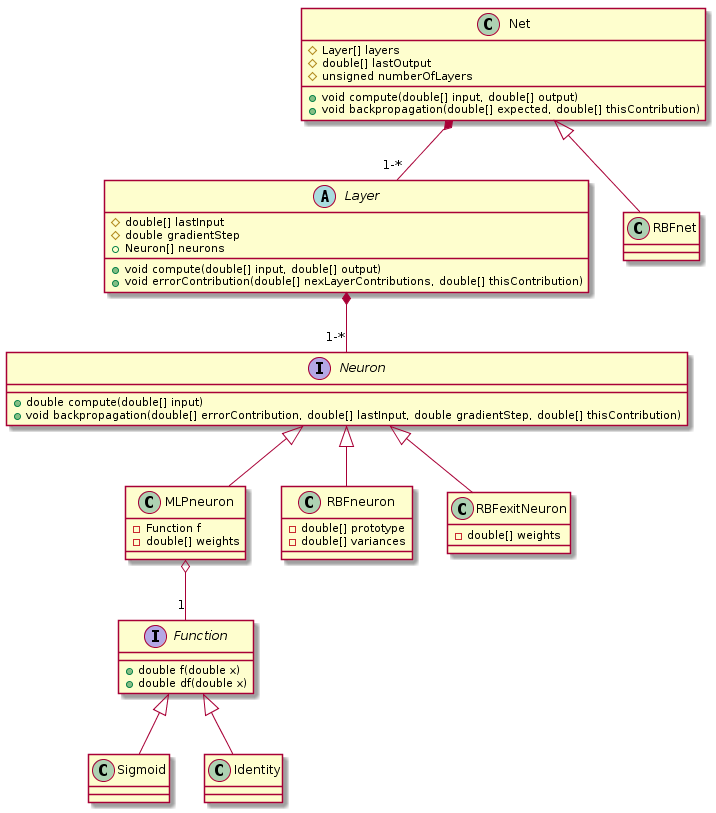
Before: uml/neurondiag.png, a diagram exported from PlantUML (cyberjasse/spheroneuralnet).
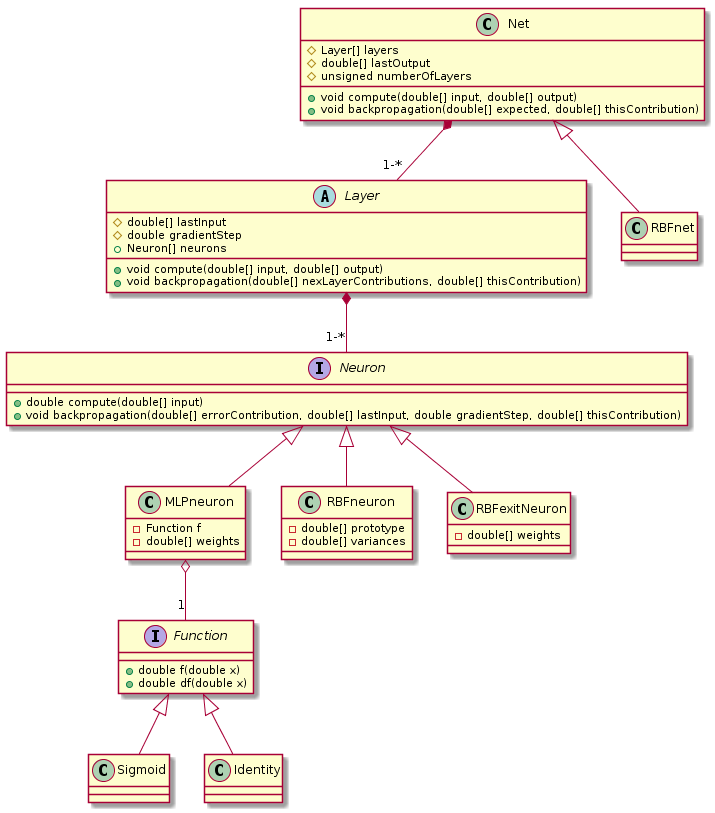
After the commit.

Diff of the diagram source:
```diff
@@ -23,7 +23,7 @@
 	# double gradientStep
 	+ Neuron[] neurons
 	+ void compute(double[] input, double[] output)
-	+ void errorContribution(double[] nexLayerContributions, double[] thisContribution)
+	+ void backpropagation(double[] nexLayerContributions, double[] thisContribution)
 }
 class Net {
 	# Layer[] layers
```
